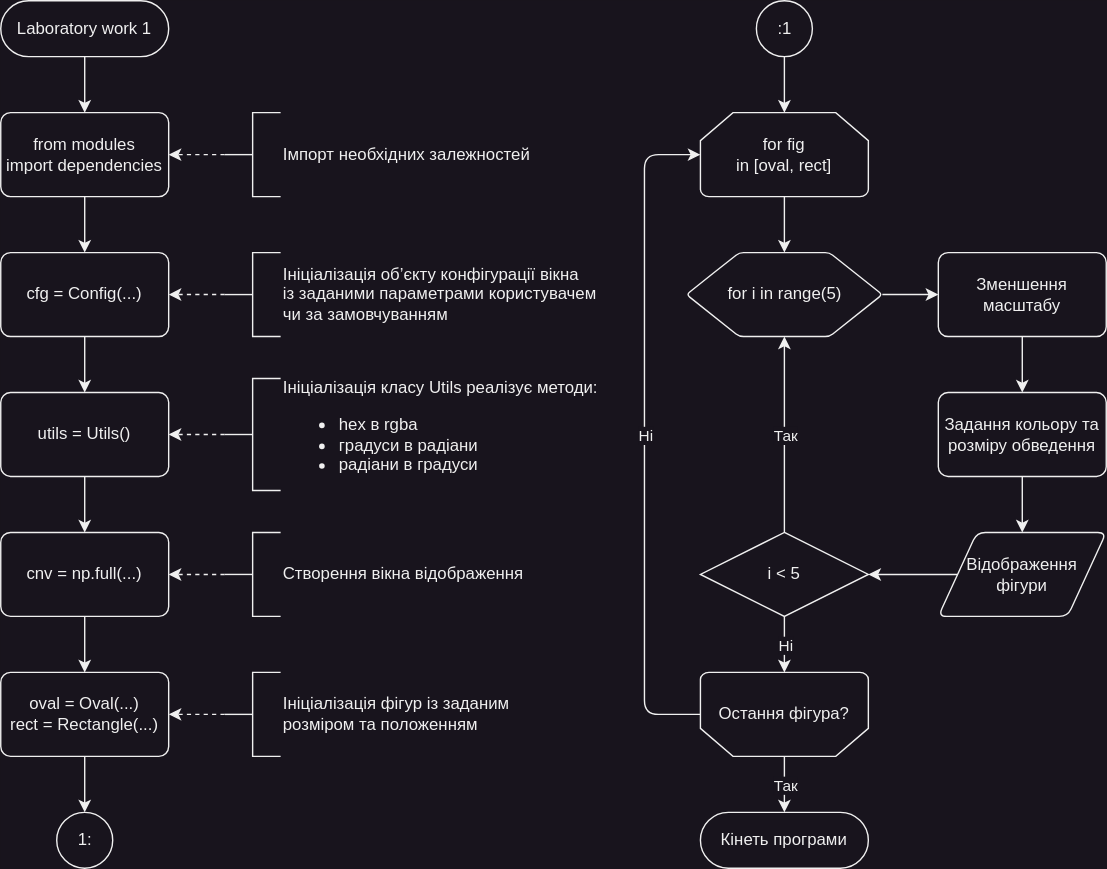
Above: Laboratory work 1/Flow-chart.drawio.svg in mrBurg/Computer-Vision-Technologies (draw.io), before the change. Source tidied: cells renumbered, new cells last; positions are measured from the earlier drawing's top-left corner, leaving out a move shared by most shapes. Source of this version:
```xml
<mxGraphModel background="#18141d">
  <root>
    <mxCell id="0" />
    <mxCell id="1" parent="0" />
    <mxCell id="2" style="edgeStyle=orthogonalEdgeStyle;rounded=1;jettySize=auto;html=1;" parent="1" edge="1" source="3" target="6">
      <mxGeometry relative="1" as="geometry" />
    </mxCell>
    <mxCell id="3" value="&lt;div&gt;Laboratory work 1&lt;/div&gt;" style="rounded=1;whiteSpace=wrap;html=1;arcSize=50;strokeWidth=1;" parent="1" vertex="1">
      <mxGeometry width="120" height="40" as="geometry" />
    </mxCell>
    <mxCell id="4" value="1:" style="verticalLabelPosition=middle;verticalAlign=middle;html=1;shape=mxgraph.flowchart.on-page_reference;labelBackgroundColor=none;labelBorderColor=none;spacing=2;direction=east;flipV=0;flipH=0;labelPosition=center;align=center;rounded=1;" parent="1" vertex="1">
      <mxGeometry x="40" y="580" width="40" height="40" as="geometry" />
    </mxCell>
    <mxCell id="5" style="edgeStyle=orthogonalEdgeStyle;rounded=1;jettySize=auto;html=1;" parent="1" edge="1" source="6" target="8">
      <mxGeometry relative="1" as="geometry" />
    </mxCell>
    <mxCell id="6" value="from modules&lt;div&gt;import dependencies&lt;br&gt;&lt;/div&gt;" style="rounded=1;whiteSpace=wrap;html=1;absoluteArcSize=1;arcSize=14;strokeWidth=1;" parent="1" vertex="1">
      <mxGeometry y="80" width="120" height="60" as="geometry" />
    </mxCell>
    <mxCell id="7" style="edgeStyle=orthogonalEdgeStyle;rounded=1;jettySize=auto;html=1;" parent="1" edge="1" source="8" target="10">
      <mxGeometry relative="1" as="geometry" />
    </mxCell>
    <mxCell id="8" value="&lt;div&gt;cfg = Config(...)&lt;br&gt;&lt;/div&gt;" style="rounded=1;whiteSpace=wrap;html=1;absoluteArcSize=1;arcSize=14;strokeWidth=1;" parent="1" vertex="1">
      <mxGeometry y="180" width="120" height="60" as="geometry" />
    </mxCell>
    <mxCell id="9" style="edgeStyle=orthogonalEdgeStyle;rounded=1;jettySize=auto;html=1;" parent="1" edge="1" source="10" target="12">
      <mxGeometry relative="1" as="geometry" />
    </mxCell>
    <mxCell id="10" value="&lt;div&gt;utils = Utils()&lt;br&gt;&lt;/div&gt;" style="rounded=1;whiteSpace=wrap;html=1;absoluteArcSize=1;arcSize=14;strokeWidth=1;" parent="1" vertex="1">
      <mxGeometry y="280" width="120" height="60" as="geometry" />
    </mxCell>
    <mxCell id="11" style="edgeStyle=orthogonalEdgeStyle;rounded=1;jettySize=auto;html=1;" parent="1" edge="1" source="12" target="14">
      <mxGeometry relative="1" as="geometry" />
    </mxCell>
    <mxCell id="12" value="&lt;div&gt;cnv = np.full(...)&lt;br&gt;&lt;/div&gt;" style="rounded=1;whiteSpace=wrap;html=1;absoluteArcSize=1;arcSize=14;strokeWidth=1;" parent="1" vertex="1">
      <mxGeometry y="380" width="120" height="60" as="geometry" />
    </mxCell>
    <mxCell id="13" style="edgeStyle=orthogonalEdgeStyle;rounded=1;jettySize=auto;html=1;" parent="1" edge="1" source="14" target="4">
      <mxGeometry relative="1" as="geometry" />
    </mxCell>
    <mxCell id="14" value="&lt;div&gt;&lt;div&gt;oval = Oval(...)&lt;/div&gt;&lt;div&gt;rect = Rectangle(...)&lt;/div&gt;&lt;/div&gt;" style="rounded=1;whiteSpace=wrap;html=1;absoluteArcSize=1;arcSize=14;strokeWidth=1;" parent="1" vertex="1">
      <mxGeometry y="480" width="120" height="60" as="geometry" />
    </mxCell>
    <mxCell id="15" style="edgeStyle=orthogonalEdgeStyle;rounded=1;jettySize=auto;html=1;dashed=1;" parent="1" edge="1" source="16" target="6">
      <mxGeometry relative="1" as="geometry" />
    </mxCell>
    <mxCell id="16" value="Імпорт необхідних залежностей" style="strokeWidth=1;html=1;shape=mxgraph.flowchart.annotation_2;align=left;labelPosition=right;rounded=1;" parent="1" vertex="1">
      <mxGeometry x="160" y="80" width="40" height="60" as="geometry" />
    </mxCell>
    <mxCell id="17" style="edgeStyle=orthogonalEdgeStyle;rounded=1;jettySize=auto;html=1;dashed=1;" parent="1" edge="1" source="18" target="8">
      <mxGeometry relative="1" as="geometry" />
    </mxCell>
    <mxCell id="18" value="&lt;div&gt;Ініціалізація об’єкту&amp;nbsp;&lt;span style=&quot;text-align: center; text-wrap: wrap; background-color: initial;&quot;&gt;конфігурації&amp;nbsp;&lt;/span&gt;&lt;span style=&quot;background-color: initial;&quot;&gt;вікна&lt;/span&gt;&lt;/div&gt;&lt;div&gt;&lt;span style=&quot;background-color: initial;&quot;&gt;із&amp;nbsp;&lt;/span&gt;&lt;span style=&quot;background-color: initial;&quot;&gt;заданими параметрами користувачем&lt;/span&gt;&lt;/div&gt;&lt;div&gt;&lt;span style=&quot;background-color: initial;&quot;&gt;чи&amp;nbsp;&lt;/span&gt;&lt;span style=&quot;background-color: initial;&quot;&gt;за замовчуванням&lt;/span&gt;&lt;/div&gt;" style="strokeWidth=1;html=1;shape=mxgraph.flowchart.annotation_2;align=left;labelPosition=right;rounded=1;" parent="1" vertex="1">
      <mxGeometry x="160" y="180" width="40" height="60" as="geometry" />
    </mxCell>
    <mxCell id="19" style="edgeStyle=orthogonalEdgeStyle;rounded=1;jettySize=auto;html=1;dashed=1;" parent="1" edge="1" source="20" target="10">
      <mxGeometry relative="1" as="geometry" />
    </mxCell>
    <mxCell id="20" value="&lt;div&gt;Ініціалізація класу Utils реалізує методи:&lt;br&gt;&lt;/div&gt;&lt;div&gt;&lt;ul style=&quot;line-height: 14.4px;&quot;&gt;&lt;li&gt;&lt;span style=&quot;background-color: initial;&quot;&gt;hex в rgba&lt;/span&gt;&lt;/li&gt;&lt;li&gt;&lt;span style=&quot;background-color: initial;&quot;&gt;градуси в радіани&lt;/span&gt;&lt;/li&gt;&lt;li&gt;&lt;span style=&quot;background-color: initial;&quot;&gt;радіани в градуси&lt;/span&gt;&lt;/li&gt;&lt;/ul&gt;&lt;/div&gt;" style="strokeWidth=1;html=1;shape=mxgraph.flowchart.annotation_2;align=left;labelPosition=right;rounded=1;" parent="1" vertex="1">
      <mxGeometry x="160" y="270" width="40" height="80" as="geometry" />
    </mxCell>
    <mxCell id="21" style="edgeStyle=orthogonalEdgeStyle;rounded=1;jettySize=auto;html=1;dashed=1;" parent="1" edge="1" source="22" target="14">
      <mxGeometry relative="1" as="geometry" />
    </mxCell>
    <mxCell id="22" value="&lt;div&gt;&lt;span style=&quot;background-color: initial;&quot;&gt;Ініціалізація&amp;nbsp;&lt;/span&gt;фігур із заданим&lt;/div&gt;&lt;div&gt;розміром та положенням&lt;/div&gt;" style="strokeWidth=1;html=1;shape=mxgraph.flowchart.annotation_2;align=left;labelPosition=right;rounded=1;" parent="1" vertex="1">
      <mxGeometry x="160" y="480" width="40" height="60" as="geometry" />
    </mxCell>
    <mxCell id="23" style="edgeStyle=orthogonalEdgeStyle;rounded=1;jettySize=auto;html=1;" parent="1" edge="1" source="24" target="26">
      <mxGeometry relative="1" as="geometry" />
    </mxCell>
    <mxCell id="24" value=":1" style="verticalLabelPosition=middle;verticalAlign=middle;html=1;shape=mxgraph.flowchart.on-page_reference;labelBackgroundColor=none;labelBorderColor=none;spacing=2;direction=east;flipV=0;flipH=0;labelPosition=center;align=center;rounded=1;" parent="1" vertex="1">
      <mxGeometry x="540" width="40" height="40" as="geometry" />
    </mxCell>
    <mxCell id="25" style="edgeStyle=orthogonalEdgeStyle;rounded=1;jettySize=auto;html=1;" parent="1" edge="1" source="26" target="28">
      <mxGeometry relative="1" as="geometry" />
    </mxCell>
    <mxCell id="26" value="&lt;div&gt;for fig&lt;/div&gt;&lt;div&gt;in [oval, rect]&lt;/div&gt;" style="strokeWidth=1;html=1;shape=mxgraph.flowchart.loop_limit;whiteSpace=wrap;rounded=1;" parent="1" vertex="1">
      <mxGeometry x="500" y="80" width="120" height="60" as="geometry" />
    </mxCell>
    <mxCell id="27" style="edgeStyle=orthogonalEdgeStyle;rounded=1;jettySize=auto;html=1;" parent="1" edge="1" source="28" target="30">
      <mxGeometry relative="1" as="geometry" />
    </mxCell>
    <mxCell id="28" value="for i in range(5)" style="verticalLabelPosition=middle;verticalAlign=middle;html=1;shape=hexagon;perimeter=hexagonPerimeter2;arcSize=6;size=0.27;horizontal=1;align=center;labelPosition=center;rounded=1;" parent="1" vertex="1">
      <mxGeometry x="490" y="180" width="140" height="60" as="geometry" />
    </mxCell>
    <mxCell id="29" style="edgeStyle=orthogonalEdgeStyle;rounded=1;jettySize=auto;html=1;" parent="1" edge="1" source="30" target="32">
      <mxGeometry relative="1" as="geometry" />
    </mxCell>
    <mxCell id="30" value="&lt;div&gt;&lt;span lang=&quot;uk&quot; class=&quot;HwtZe&quot;&gt;Зменшення&lt;/span&gt;&lt;/div&gt;&lt;div&gt;&lt;span style=&quot;background-color: initial;&quot;&gt;масштабу&lt;/span&gt;&lt;/div&gt;" style="rounded=1;whiteSpace=wrap;html=1;absoluteArcSize=1;arcSize=14;strokeWidth=1;" parent="1" vertex="1">
      <mxGeometry x="670" y="180" width="120" height="60" as="geometry" />
    </mxCell>
    <mxCell id="31" style="edgeStyle=orthogonalEdgeStyle;rounded=1;jettySize=auto;html=1;" parent="1" edge="1" source="32" target="34">
      <mxGeometry relative="1" as="geometry" />
    </mxCell>
    <mxCell id="32" value="Задання кольору та розміру обведення" style="rounded=1;whiteSpace=wrap;html=1;absoluteArcSize=1;arcSize=14;strokeWidth=1;" parent="1" vertex="1">
      <mxGeometry x="670" y="280" width="120" height="60" as="geometry" />
    </mxCell>
    <mxCell id="33" style="edgeStyle=orthogonalEdgeStyle;rounded=1;jettySize=auto;html=1;" parent="1" edge="1" source="34" target="39">
      <mxGeometry relative="1" as="geometry" />
    </mxCell>
    <mxCell id="34" value="&lt;div&gt;Відображення&lt;/div&gt;&lt;div&gt;фігури&lt;/div&gt;" style="shape=parallelogram;html=1;strokeWidth=1;perimeter=parallelogramPerimeter;whiteSpace=wrap;rounded=1;arcSize=12;size=0.23;" parent="1" vertex="1">
      <mxGeometry x="670" y="380" width="120" height="60" as="geometry" />
    </mxCell>
    <mxCell id="35" style="edgeStyle=orthogonalEdgeStyle;rounded=1;jettySize=auto;html=1;" parent="1" edge="1" source="39" target="28">
      <mxGeometry relative="1" as="geometry" />
    </mxCell>
    <mxCell id="36" value="Так" style="edgeLabel;html=1;align=center;verticalAlign=middle;rounded=1;" parent="35" vertex="1">
      <mxGeometry relative="1" as="geometry" />
    </mxCell>
    <mxCell id="37" style="edgeStyle=orthogonalEdgeStyle;rounded=1;jettySize=auto;html=1;" parent="1" edge="1" source="39" target="44">
      <mxGeometry relative="1" as="geometry" />
    </mxCell>
    <mxCell id="38" value="Ні" style="edgeLabel;html=1;align=center;verticalAlign=middle;rounded=1;" parent="37" vertex="1">
      <mxGeometry relative="1" as="geometry" />
    </mxCell>
    <mxCell id="39" value="&lt;div&gt;i &amp;lt; 5&lt;/div&gt;" style="strokeWidth=1;html=1;shape=mxgraph.flowchart.decision;whiteSpace=wrap;rounded=1;" parent="1" vertex="1">
      <mxGeometry x="500" y="380" width="120" height="60" as="geometry" />
    </mxCell>
    <mxCell id="40" style="edgeStyle=orthogonalEdgeStyle;rounded=1;jettySize=auto;html=1;" parent="1" edge="1" source="44" target="45">
      <mxGeometry relative="1" as="geometry" />
    </mxCell>
    <mxCell id="41" value="Так" style="edgeLabel;html=1;align=center;verticalAlign=middle;rounded=1;" parent="40" vertex="1">
      <mxGeometry relative="1" as="geometry" />
    </mxCell>
    <mxCell id="42" style="edgeStyle=orthogonalEdgeStyle;rounded=1;jettySize=auto;html=1;" parent="1" edge="1" source="44" target="26">
      <mxGeometry relative="1" as="geometry">
        <Array as="points">
          <mxPoint x="460" y="510" />
          <mxPoint x="460" y="110" />
        </Array>
      </mxGeometry>
    </mxCell>
    <mxCell id="43" value="Ні" style="edgeLabel;html=1;align=center;verticalAlign=middle;rounded=1;" parent="42" vertex="1">
      <mxGeometry relative="1" as="geometry" />
    </mxCell>
    <mxCell id="44" value="Остання фігура?" style="strokeWidth=1;shape=mxgraph.flowchart.loop_limit;rotation=0;html=1;whiteSpace=wrap;labelBorderColor=none;labelBackgroundColor=none;fontColor=default;direction=west;rounded=1;" parent="1" vertex="1">
      <mxGeometry x="500" y="480" width="120" height="60" as="geometry" />
    </mxCell>
    <mxCell id="45" value="Кінеть програми" style="rounded=1;whiteSpace=wrap;html=1;arcSize=50;strokeWidth=1;" parent="1" vertex="1">
      <mxGeometry x="500" y="580" width="120" height="40" as="geometry" />
    </mxCell>
    <mxCell id="46" style="edgeStyle=orthogonalEdgeStyle;rounded=1;jettySize=auto;html=1;dashed=1;" parent="1" edge="1" source="47" target="12">
      <mxGeometry relative="1" as="geometry" />
    </mxCell>
    <mxCell id="47" value="&lt;div&gt;Створення вікна відображення&lt;/div&gt;" style="strokeWidth=1;html=1;shape=mxgraph.flowchart.annotation_2;align=left;labelPosition=right;rounded=1;" parent="1" vertex="1">
      <mxGeometry x="160" y="380" width="40" height="60" as="geometry" />
    </mxCell>
  </root>
</mxGraphModel>
```
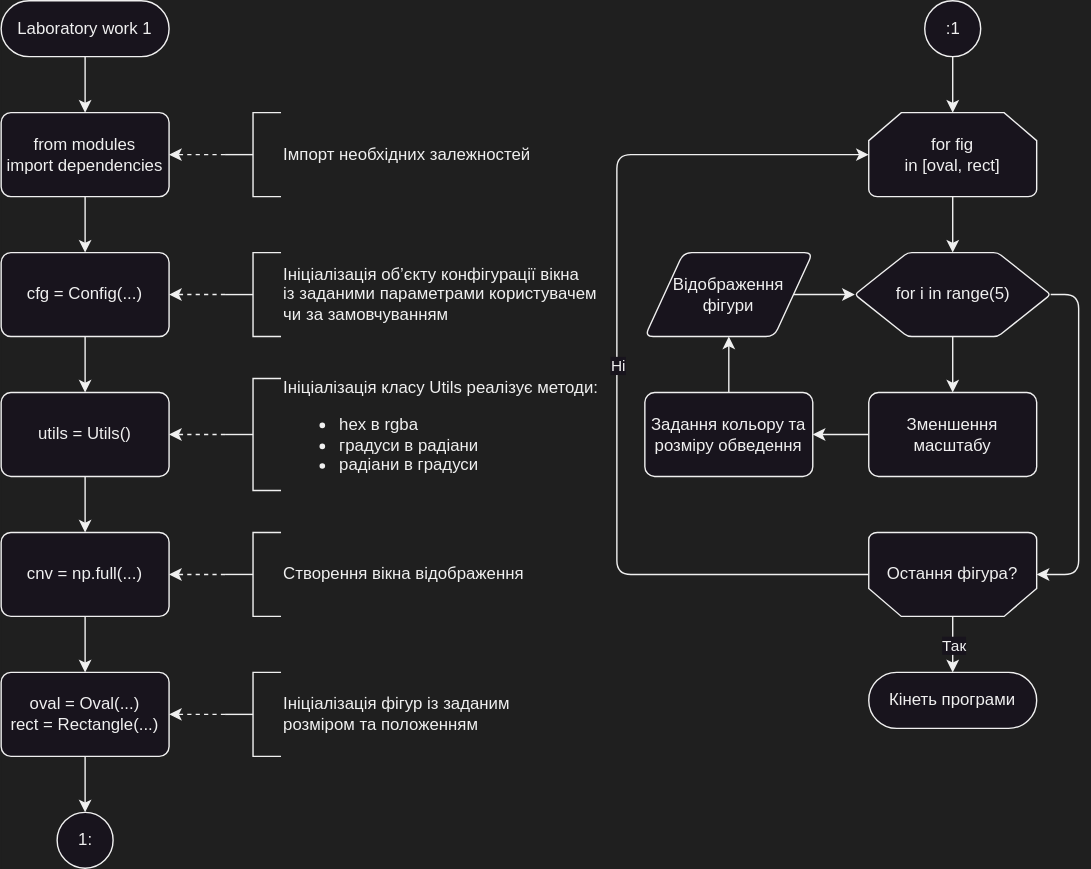
Above is the later version.

Commit message:
Added flow chart

Diff of the diagram source:
```diff
@@ -1,4 +1,4 @@
-<mxGraphModel background="#18141d">
+<mxGraphModel background="#1f1f1f">
   <root>
     <mxCell id="0" />
     <mxCell id="1" parent="0" />
@@ -69,53 +69,46 @@
       <mxGeometry relative="1" as="geometry" />
     </mxCell>
     <mxCell id="24" value=":1" style="verticalLabelPosition=middle;verticalAlign=middle;html=1;shape=mxgraph.flowchart.on-page_reference;labelBackgroundColor=none;labelBorderColor=none;spacing=2;direction=east;flipV=0;flipH=0;labelPosition=center;align=center;rounded=1;" parent="1" vertex="1">
-      <mxGeometry x="540" width="40" height="40" as="geometry" />
+      <mxGeometry x="660" width="40" height="40" as="geometry" />
     </mxCell>
     <mxCell id="25" style="edgeStyle=orthogonalEdgeStyle;rounded=1;jettySize=auto;html=1;" parent="1" edge="1" source="26" target="28">
       <mxGeometry relative="1" as="geometry" />
     </mxCell>
     <mxCell id="26" value="&lt;div&gt;for fig&lt;/div&gt;&lt;div&gt;in [oval, rect]&lt;/div&gt;" style="strokeWidth=1;html=1;shape=mxgraph.flowchart.loop_limit;whiteSpace=wrap;rounded=1;" parent="1" vertex="1">
-      <mxGeometry x="500" y="80" width="120" height="60" as="geometry" />
+      <mxGeometry x="620" y="80" width="120" height="60" as="geometry" />
     </mxCell>
     <mxCell id="27" style="edgeStyle=orthogonalEdgeStyle;rounded=1;jettySize=auto;html=1;" parent="1" edge="1" source="28" target="30">
       <mxGeometry relative="1" as="geometry" />
     </mxCell>
+    <mxCell id="48" style="edgeStyle=orthogonalEdgeStyle;rounded=1;jettySize=auto;html=1;" parent="1" edge="1" source="28" target="44">
+      <mxGeometry relative="1" as="geometry">
+        <Array as="points">
+          <mxPoint x="770" y="210" />
+          <mxPoint x="770" y="410" />
+        </Array>
+      </mxGeometry>
+    </mxCell>
     <mxCell id="28" value="for i in range(5)" style="verticalLabelPosition=middle;verticalAlign=middle;html=1;shape=hexagon;perimeter=hexagonPerimeter2;arcSize=6;size=0.27;horizontal=1;align=center;labelPosition=center;rounded=1;" parent="1" vertex="1">
-      <mxGeometry x="490" y="180" width="140" height="60" as="geometry" />
+      <mxGeometry x="610" y="180" width="140" height="60" as="geometry" />
     </mxCell>
     <mxCell id="29" style="edgeStyle=orthogonalEdgeStyle;rounded=1;jettySize=auto;html=1;" parent="1" edge="1" source="30" target="32">
       <mxGeometry relative="1" as="geometry" />
     </mxCell>
     <mxCell id="30" value="&lt;div&gt;&lt;span lang=&quot;uk&quot; class=&quot;HwtZe&quot;&gt;Зменшення&lt;/span&gt;&lt;/div&gt;&lt;div&gt;&lt;span style=&quot;background-color: initial;&quot;&gt;масштабу&lt;/span&gt;&lt;/div&gt;" style="rounded=1;whiteSpace=wrap;html=1;absoluteArcSize=1;arcSize=14;strokeWidth=1;" parent="1" vertex="1">
-      <mxGeometry x="670" y="180" width="120" height="60" as="geometry" />
+      <mxGeometry x="620" y="280" width="120" height="60" as="geometry" />
     </mxCell>
     <mxCell id="31" style="edgeStyle=orthogonalEdgeStyle;rounded=1;jettySize=auto;html=1;" parent="1" edge="1" source="32" target="34">
       <mxGeometry relative="1" as="geometry" />
     </mxCell>
     <mxCell id="32" value="Задання кольору та розміру обведення" style="rounded=1;whiteSpace=wrap;html=1;absoluteArcSize=1;arcSize=14;strokeWidth=1;" parent="1" vertex="1">
-      <mxGeometry x="670" y="280" width="120" height="60" as="geometry" />
+      <mxGeometry x="460" y="280" width="120" height="60" as="geometry" />
     </mxCell>
-    <mxCell id="33" style="edgeStyle=orthogonalEdgeStyle;rounded=1;jettySize=auto;html=1;" parent="1" edge="1" source="34" target="39">
-      <mxGeometry relative="1" as="geometry" />
-    </mxCell>
+    <mxCell id="49" style="edgeStyle=orthogonalEdgeStyle;rounded=1;jettySize=auto;html=1;" parent="1" edge="1" source="34" target="28">
+      <mxGeometry relative="1" as="geometry" />
+    </mxCell>
     <mxCell id="34" value="&lt;div&gt;Відображення&lt;/div&gt;&lt;div&gt;фігури&lt;/div&gt;" style="shape=parallelogram;html=1;strokeWidth=1;perimeter=parallelogramPerimeter;whiteSpace=wrap;rounded=1;arcSize=12;size=0.23;" parent="1" vertex="1">
-      <mxGeometry x="670" y="380" width="120" height="60" as="geometry" />
+      <mxGeometry x="460" y="180" width="120" height="60" as="geometry" />
     </mxCell>
-    <mxCell id="35" style="edgeStyle=orthogonalEdgeStyle;rounded=1;jettySize=auto;html=1;" parent="1" edge="1" source="39" target="28">
-      <mxGeometry relative="1" as="geometry" />
-    </mxCell>
-    <mxCell id="36" value="Так" style="edgeLabel;html=1;align=center;verticalAlign=middle;rounded=1;" parent="35" vertex="1">
-      <mxGeometry relative="1" as="geometry" />
-    </mxCell>
-    <mxCell id="37" style="edgeStyle=orthogonalEdgeStyle;rounded=1;jettySize=auto;html=1;" parent="1" edge="1" source="39" target="44">
-      <mxGeometry relative="1" as="geometry" />
-    </mxCell>
-    <mxCell id="38" value="Ні" style="edgeLabel;html=1;align=center;verticalAlign=middle;rounded=1;" parent="37" vertex="1">
-      <mxGeometry relative="1" as="geometry" />
-    </mxCell>
-    <mxCell id="39" value="&lt;div&gt;i &amp;lt; 5&lt;/div&gt;" style="strokeWidth=1;html=1;shape=mxgraph.flowchart.decision;whiteSpace=wrap;rounded=1;" parent="1" vertex="1">
-      <mxGeometry x="500" y="380" width="120" height="60" as="geometry" />
-    </mxCell>
     <mxCell id="40" style="edgeStyle=orthogonalEdgeStyle;rounded=1;jettySize=auto;html=1;" parent="1" edge="1" source="44" target="45">
       <mxGeometry relative="1" as="geometry" />
     </mxCell>
@@ -125,19 +118,19 @@
     <mxCell id="42" style="edgeStyle=orthogonalEdgeStyle;rounded=1;jettySize=auto;html=1;" parent="1" edge="1" source="44" target="26">
       <mxGeometry relative="1" as="geometry">
         <Array as="points">
-          <mxPoint x="460" y="510" />
-          <mxPoint x="460" y="110" />
+          <mxPoint x="440" y="410" />
+          <mxPoint x="440" y="110" />
         </Array>
       </mxGeometry>
     </mxCell>
-    <mxCell id="43" value="Ні" style="edgeLabel;html=1;align=center;verticalAlign=middle;rounded=1;" parent="42" vertex="1">
-      <mxGeometry relative="1" as="geometry" />
-    </mxCell>
+    <mxCell id="50" value="Ні" style="edgeLabel;html=1;align=center;verticalAlign=middle;rounded=1;" parent="42" vertex="1">
+      <mxGeometry relative="1" as="geometry" />
+    </mxCell>
     <mxCell id="44" value="Остання фігура?" style="strokeWidth=1;shape=mxgraph.flowchart.loop_limit;rotation=0;html=1;whiteSpace=wrap;labelBorderColor=none;labelBackgroundColor=none;fontColor=default;direction=west;rounded=1;" parent="1" vertex="1">
-      <mxGeometry x="500" y="480" width="120" height="60" as="geometry" />
+      <mxGeometry x="620" y="380" width="120" height="60" as="geometry" />
     </mxCell>
     <mxCell id="45" value="Кінеть програми" style="rounded=1;whiteSpace=wrap;html=1;arcSize=50;strokeWidth=1;" parent="1" vertex="1">
-      <mxGeometry x="500" y="580" width="120" height="40" as="geometry" />
+      <mxGeometry x="620" y="480" width="120" height="40" as="geometry" />
     </mxCell>
     <mxCell id="46" style="edgeStyle=orthogonalEdgeStyle;rounded=1;jettySize=auto;html=1;dashed=1;" parent="1" edge="1" source="47" target="12">
       <mxGeometry relative="1" as="geometry" />
```
